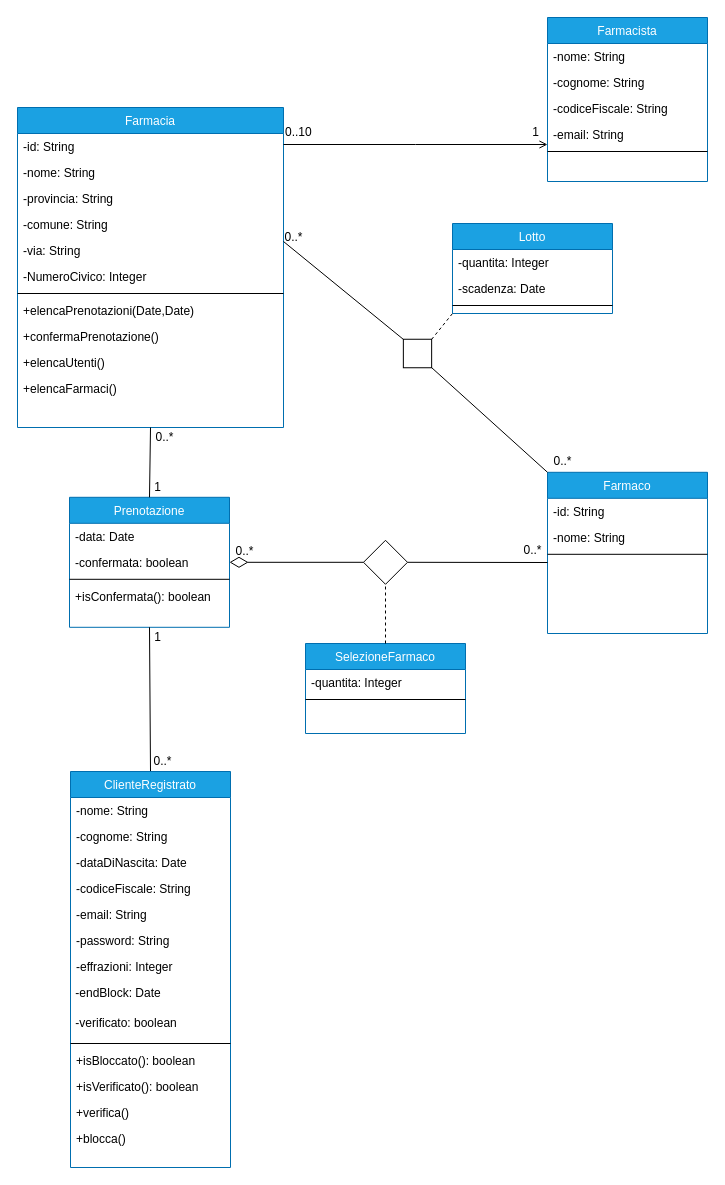
This is page "DominioFarmacia" (1 of 3) of drawio/Progettazione/DettaglioFarmacia.drawio from lnwor/farmabyte-doc, a draw.io file, before an edit. Source tidied: cells renumbered, new cells numbered last; positions are measured from the earlier drawing's top-left corner, leaving out a move shared by most shapes. Both pictures are drawn from the tidied source at 100%, with x=0, y=0 at pixel (17, 17).
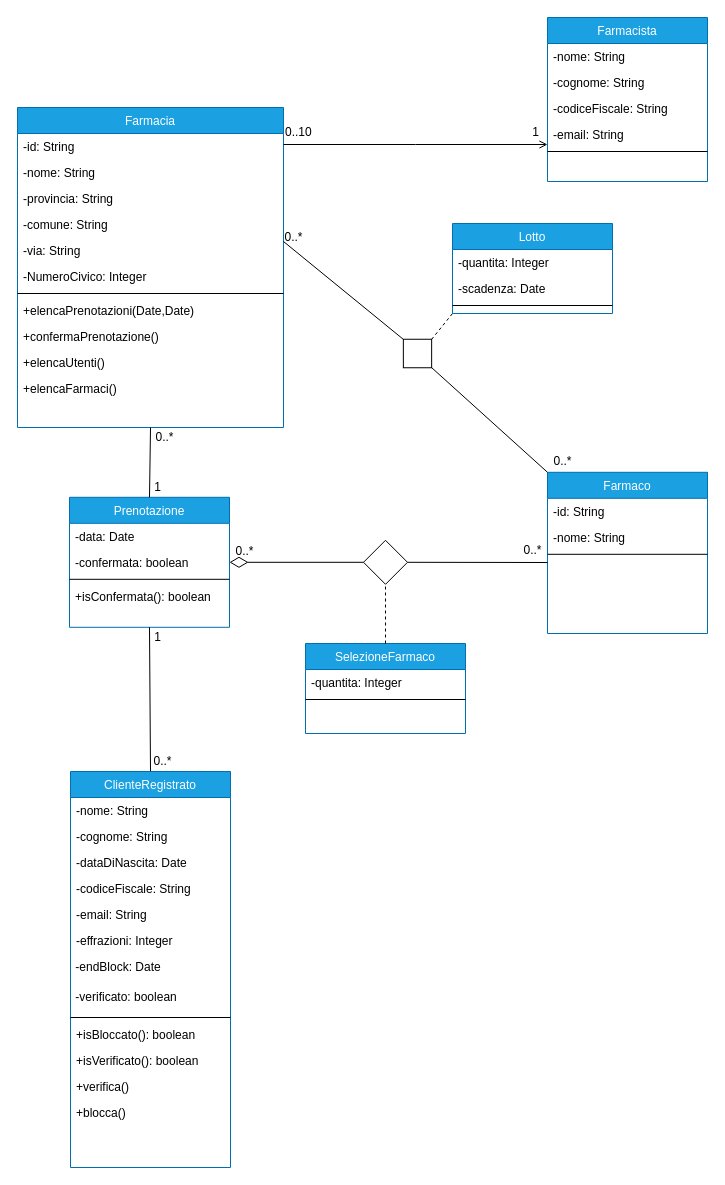
Above is the later version.

The change refers to these unchanged cells:
```xml
<mxCell id="40" value="ClienteRegistrato" style="swimlane;fontStyle=0;align=center;verticalAlign=top;horizontal=1;startSize=26;rounded=0;shadow=0;strokeWidth=1;fillColor=#1ba1e2;strokeColor=#006EAF;fontColor=#ffffff;" parent="1" vertex="1">
  <mxGeometry x="53" y="754" width="160" height="396" as="geometry" />
</mxCell>
```

What changed in the source:
```diff
@@
-    <mxCell id="46" value="-password: String" style="text;align=left;verticalAlign=top;spacingLeft=4;spacingRight=4;overflow=hidden;" parent="40" vertex="1">
-      <mxGeometry y="156" width="160" height="26" as="geometry" />
-    </mxCell>
     <mxCell id="47" value="-effrazioni: Integer" style="text;align=left;verticalAlign=top;spacingLeft=4;spacingRight=4;overflow=hidden;" parent="40" vertex="1">
-      <mxGeometry y="182" width="160" height="26" as="geometry" />
+      <mxGeometry y="156" width="160" height="26" as="geometry" />
     </mxCell>
     <mxCell id="48" value="&lt;font face=&quot;helvetica&quot;&gt;&amp;nbsp;-endBlock: Date&lt;/font&gt;" style="text;whiteSpace=wrap;html=1;" parent="40" vertex="1">
-      <mxGeometry y="208" width="160" height="30" as="geometry" />
+      <mxGeometry y="182" width="160" height="30" as="geometry" />
     </mxCell>
     <mxCell id="49" value="&lt;font face=&quot;helvetica&quot;&gt;&amp;nbsp;-verificato: boolean&lt;/font&gt;" style="text;whiteSpace=wrap;html=1;" parent="40" vertex="1">
-      <mxGeometry y="238" width="160" height="30" as="geometry" />
+      <mxGeometry y="212" width="160" height="30" as="geometry" />
     </mxCell>
     <mxCell id="50" style="line;html=1;strokeWidth=1;align=left;verticalAlign=middle;spacingTop=-1;spacingLeft=3;spacingRight=3;labelPosition=right;" parent="40" vertex="1">
-      <mxGeometry y="268" width="160" height="8" as="geometry" />
+      <mxGeometry y="242" width="160" height="8" as="geometry" />
     </mxCell>
     <mxCell id="51" value="+isBloccato(): boolean" style="text;align=left;verticalAlign=top;spacingLeft=4;spacingRight=4;overflow=hidden;" parent="40" vertex="1">
-      <mxGeometry y="276" width="160" height="26" as="geometry" />
+      <mxGeometry y="250" width="160" height="26" as="geometry" />
     </mxCell>
     <mxCell id="52" value="+isVerificato(): boolean" style="text;align=left;verticalAlign=top;spacingLeft=4;spacingRight=4;overflow=hidden;" parent="40" vertex="1">
-      <mxGeometry y="302" width="160" height="26" as="geometry" />
+      <mxGeometry y="276" width="160" height="26" as="geometry" />
     </mxCell>
     <mxCell id="53" value="+verifica()" style="text;align=left;verticalAlign=top;spacingLeft=4;spacingRight=4;overflow=hidden;" parent="40" vertex="1">
-      <mxGeometry y="328" width="160" height="26" as="geometry" />
+      <mxGeometry y="302" width="160" height="26" as="geometry" />
     </mxCell>
     <mxCell id="54" value="+blocca()" style="text;align=left;verticalAlign=top;spacingLeft=4;spacingRight=4;overflow=hidden;" parent="40" vertex="1">
-      <mxGeometry y="354" width="160" height="26" as="geometry" />
+      <mxGeometry y="328" width="160" height="26" as="geometry" />
     </mxCell>
```
